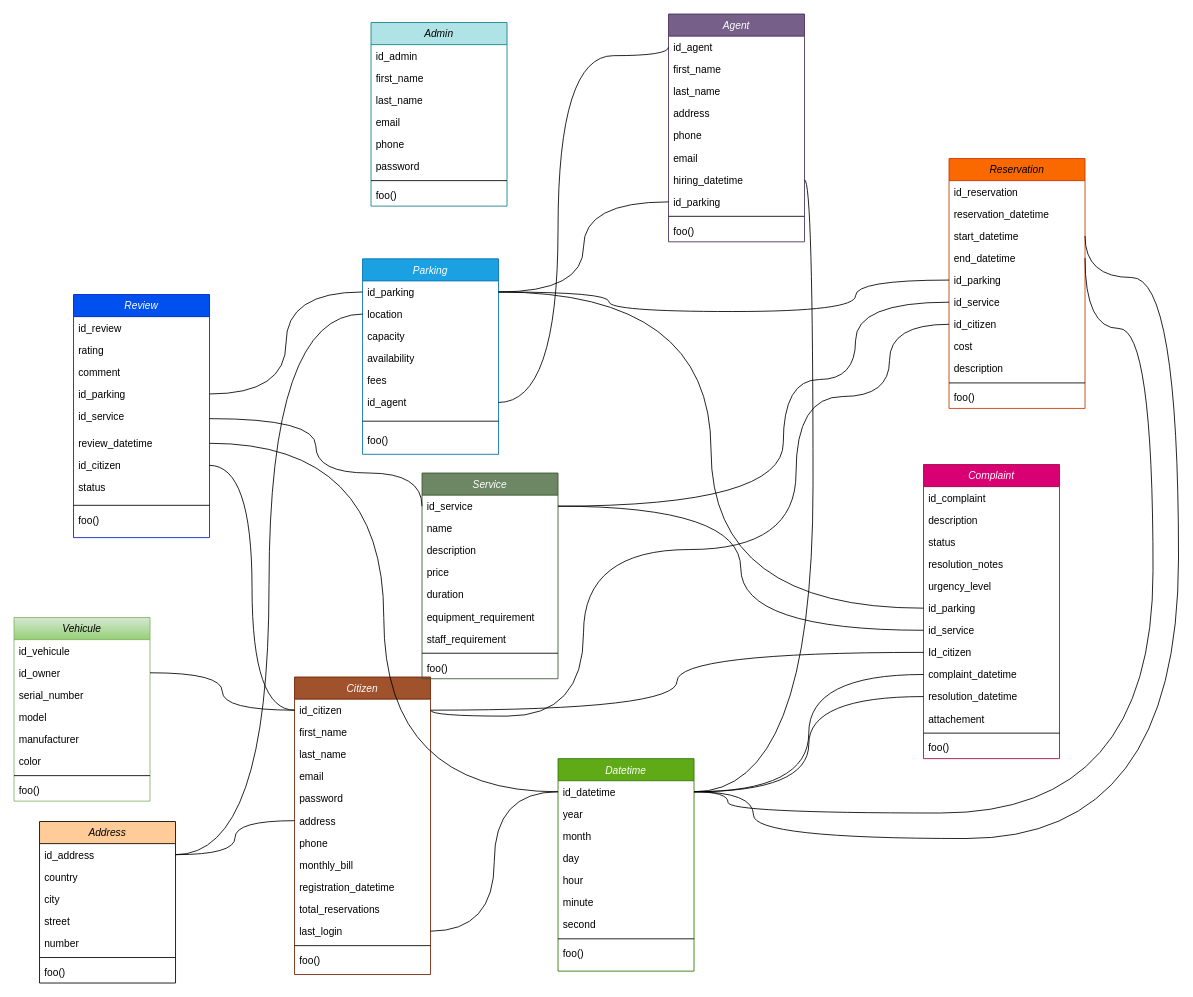
Above: docs/DB_diagram.drawio in anomaly1095/parky (draw.io), before the change. Source tidied: cells renumbered, new cells numbered last; positions are measured from the earlier drawing's top-left corner, leaving out a move shared by most shapes. Both pictures are drawn from the tidied source at 85%, with x=0, y=0 at pixel (14, 14).
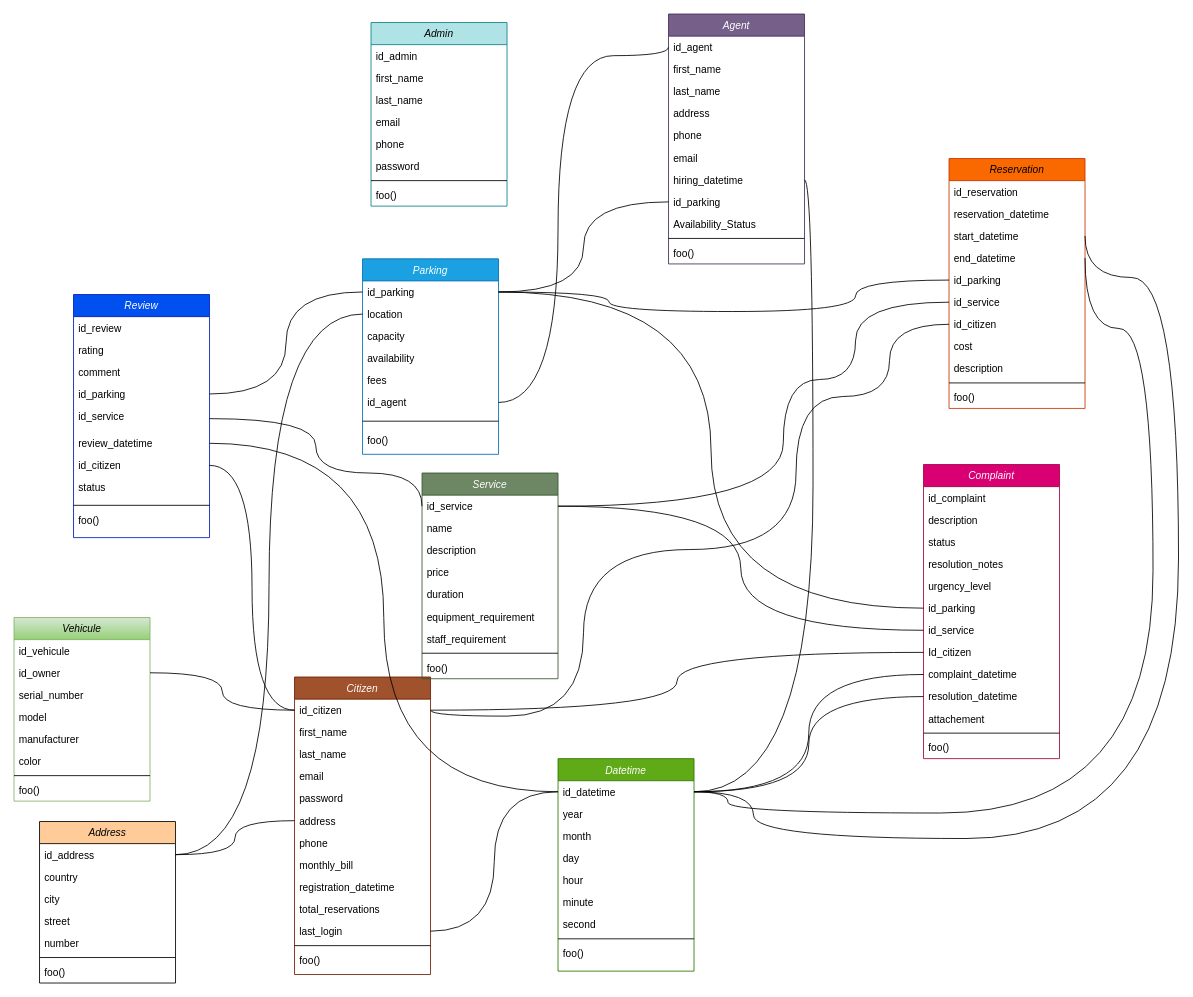
Above is the later version.

Commit message:
Mettre à jour DB_diagram.drawio

The edit, as a diff of the source:
```diff
@@
     <mxCell id="68" value="Agent" style="swimlane;fontStyle=2;align=center;verticalAlign=top;horizontal=1;startSize=26;rounded=0;shadow=0;strokeWidth=1;fillColor=#76608a;strokeColor=#432D57;fontColor=#ffffff;" parent="1" vertex="1">
-      <mxGeometry x="770" width="160" height="268" as="geometry" />
+      <mxGeometry x="770" width="160" height="294" as="geometry" />
     </mxCell>
@@
+    <mxCell id="140" value="Availability_Status" style="text;align=left;verticalAlign=top;spacingLeft=4;spacingRight=4;overflow=hidden;" parent="68" vertex="1">
+      <mxGeometry y="234" width="160" height="26" as="geometry" />
+    </mxCell>
     <mxCell id="77" style="line;html=1;strokeWidth=1;align=left;verticalAlign=middle;spacingTop=-1;spacingLeft=3;spacingRight=3;labelPosition=right;" parent="68" vertex="1">
-      <mxGeometry y="234" width="160" height="8" as="geometry" />
+      <mxGeometry y="260" width="160" height="8" as="geometry" />
     </mxCell>
     <mxCell id="78" value="foo()" style="text;align=left;verticalAlign=top;spacingLeft=4;spacingRight=4;overflow=hidden;" parent="68" vertex="1">
-      <mxGeometry y="242" width="160" height="26" as="geometry" />
+      <mxGeometry y="268" width="160" height="26" as="geometry" />
     </mxCell>
```
